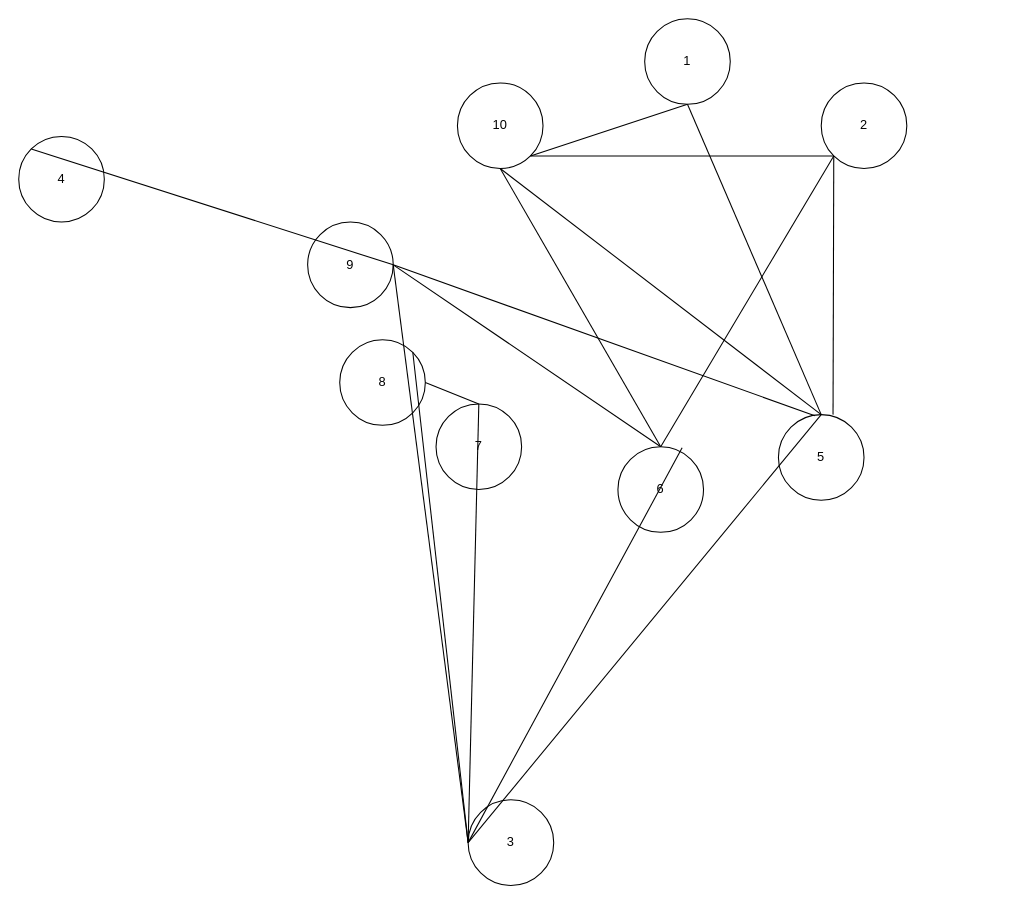
The draw.io diagram find clique.drawio in ShiyunKong/draw.io-storage, before the edit. Source tidied: cells renumbered, new cells numbered last; positions are measured from the earlier drawing's top-left corner, leaving out a move shared by most shapes. Both pictures are drawn from the tidied source at 107%, with x=0, y=0 at pixel (18, 18).
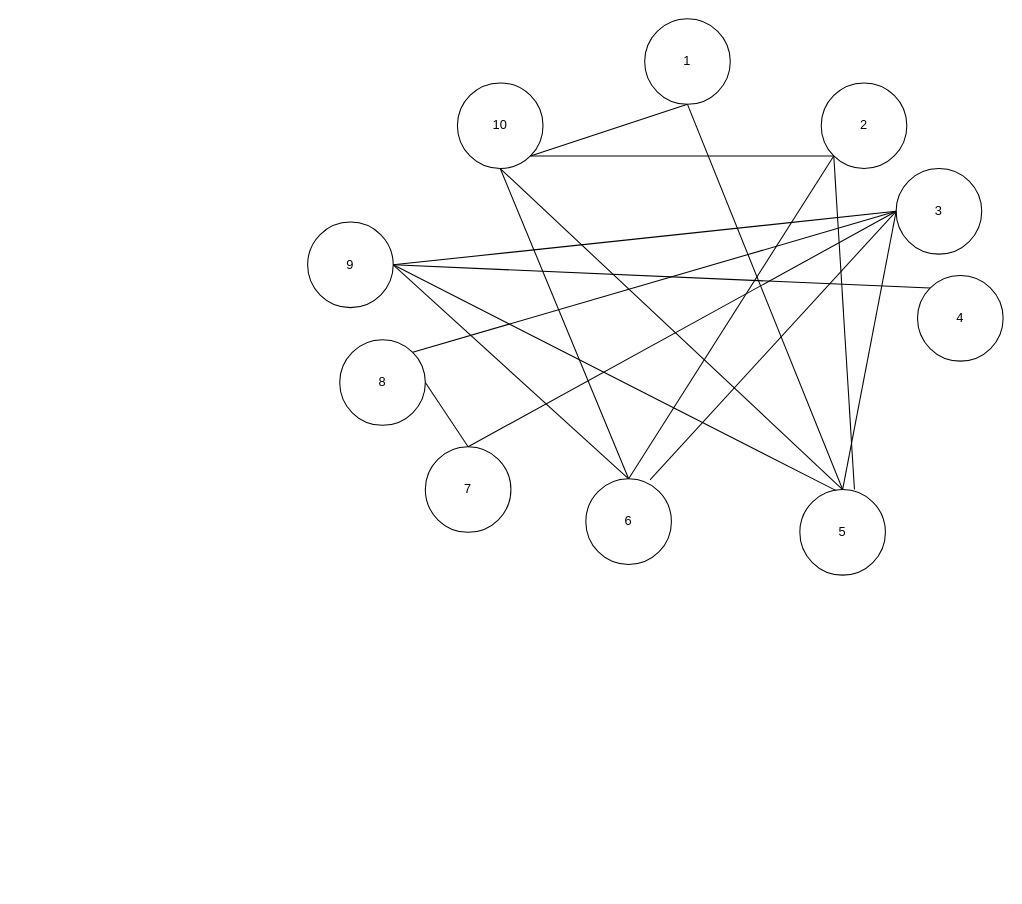
After the change.

Commit message:
Update find clique clouring cliques.drawio

The change refers to these unchanged cells:
```xml
<mxCell id="2" value="1" style="ellipse;whiteSpace=wrap;html=1;" parent="1" vertex="1">
  <mxGeometry x="585" width="80" height="80" as="geometry" />
</mxCell>
<mxCell id="5" value="9" style="ellipse;whiteSpace=wrap;html=1;" parent="1" vertex="1">
  <mxGeometry x="270" y="190" width="80" height="80" as="geometry" />
</mxCell>
<mxCell id="11" value="8" style="ellipse;whiteSpace=wrap;html=1;" parent="1" vertex="1">
  <mxGeometry x="300" y="300" width="80" height="80" as="geometry" />
</mxCell>
```

Diff of the diagram source:
```diff
@@
-    <mxCell id="3" value="10" style="ellipse;whiteSpace=wrap;html=1;" parent="1" vertex="1">
+    <mxCell id="3" value="10" style="ellipse;whiteSpace=wrap;html=1;strokeColor=light-dark(#000000,#FFFFFF);" parent="1" vertex="1">
       <mxGeometry x="410" y="60" width="80" height="80" as="geometry" />
     </mxCell>
-    <mxCell id="4" value="2" style="ellipse;whiteSpace=wrap;html=1;" parent="1" vertex="1">
+    <mxCell id="4" value="2" style="ellipse;whiteSpace=wrap;html=1;strokeColor=light-dark(#000000,#FFFFFF);" parent="1" vertex="1">
       <mxGeometry x="750" y="60" width="80" height="80" as="geometry" />
     </mxCell>
@@
-    <mxCell id="6" value="3" style="ellipse;whiteSpace=wrap;html=1;" parent="1" vertex="1">
-      <mxGeometry x="420" y="730" width="80" height="80" as="geometry" />
+    <mxCell id="6" value="3" style="ellipse;whiteSpace=wrap;html=1;strokeColor=light-dark(#000000,#FFFFFF);" parent="1" vertex="1">
+      <mxGeometry x="820" y="140" width="80" height="80" as="geometry" />
     </mxCell>
-    <mxCell id="7" value="7" style="ellipse;whiteSpace=wrap;html=1;" parent="1" vertex="1">
-      <mxGeometry x="390" y="360" width="80" height="80" as="geometry" />
+    <mxCell id="7" value="7" style="ellipse;whiteSpace=wrap;html=1;strokeColor=light-dark(#000000,#FFFFFF);" parent="1" vertex="1">
+      <mxGeometry x="380" y="400" width="80" height="80" as="geometry" />
     </mxCell>
-    <mxCell id="8" value="6" style="ellipse;whiteSpace=wrap;html=1;" parent="1" vertex="1">
-      <mxGeometry x="560" y="400" width="80" height="80" as="geometry" />
+    <mxCell id="8" value="6" style="ellipse;whiteSpace=wrap;html=1;strokeColor=light-dark(#000000,#FFFFFF);" parent="1" vertex="1">
+      <mxGeometry x="530" y="430" width="80" height="80" as="geometry" />
     </mxCell>
-    <mxCell id="9" value="5" style="ellipse;whiteSpace=wrap;html=1;" parent="1" vertex="1">
-      <mxGeometry x="710" y="370" width="80" height="80" as="geometry" />
+    <mxCell id="9" value="5" style="ellipse;whiteSpace=wrap;html=1;strokeColor=light-dark(#000000,#FFFFFF);" parent="1" vertex="1">
+      <mxGeometry x="730" y="440" width="80" height="80" as="geometry" />
     </mxCell>
-    <mxCell id="10" value="4" style="ellipse;whiteSpace=wrap;html=1;" parent="1" vertex="1">
-      <mxGeometry y="110" width="80" height="80" as="geometry" />
+    <mxCell id="10" value="4" style="ellipse;whiteSpace=wrap;html=1;strokeColor=light-dark(#000000,#FFFFFF);" parent="1" vertex="1">
+      <mxGeometry x="840" y="240" width="80" height="80" as="geometry" />
     </mxCell>
@@
-    <mxCell id="12" style="endArrow=none;html=1;rounded=0;exitX=0.5;exitY=0;exitDx=0;exitDy=0;entryX=0.5;entryY=1;entryDx=0;entryDy=0;" parent="1" edge="1" source="9" target="2">
+    <mxCell id="12" style="endArrow=none;html=1;rounded=0;exitX=0.5;exitY=0;exitDx=0;exitDy=0;entryX=0.5;entryY=1;entryDx=0;entryDy=0;strokeColor=light-dark(#000000,#FF8000);" parent="1" edge="1" source="9" target="2">
       <mxGeometry relative="1" as="geometry" />
     </mxCell>
-    <mxCell id="13" style="endArrow=none;html=1;rounded=0;entryX=0.5;entryY=1;entryDx=0;entryDy=0;exitX=1;exitY=1;exitDx=0;exitDy=0;" parent="1" edge="1" source="3" target="2">
+    <mxCell id="13" style="endArrow=none;html=1;rounded=0;entryX=0.5;entryY=1;entryDx=0;entryDy=0;exitX=1;exitY=1;exitDx=0;exitDy=0;strokeColor=light-dark(#000000,#FF8000);" parent="1" edge="1" source="3" target="2">
       <mxGeometry relative="1" as="geometry" />
     </mxCell>
-    <mxCell id="14" style="endArrow=none;html=1;rounded=0;entryX=0;entryY=1;entryDx=0;entryDy=0;exitX=0.638;exitY=0;exitDx=0;exitDy=0;exitPerimeter=0;fontColor=light-dark(default, #1a5fb4);labelBackgroundColor=light-dark(#FFFFFF,#0000FF);strokeColor=light-dark(#000000,#FF0000);" parent="1" edge="1" source="9" target="4">
+    <mxCell id="14" style="endArrow=none;html=1;rounded=0;entryX=0;entryY=1;entryDx=0;entryDy=0;exitX=0.638;exitY=0;exitDx=0;exitDy=0;exitPerimeter=0;fontColor=light-dark(default, #1a5fb4);labelBackgroundColor=light-dark(#FFFFFF,#0000FF);strokeColor=light-dark(#000000,#0000CC);" parent="1" edge="1" source="9" target="4">
       <mxGeometry relative="1" as="geometry" />
     </mxCell>
@@
-    <mxCell id="17" style="endArrow=none;html=1;rounded=0;entryX=0;entryY=0.5;entryDx=0;entryDy=0;exitX=0.5;exitY=0;exitDx=0;exitDy=0;strokeColor=light-dark(#000000,#FF8000);" parent="1" edge="1" source="9" target="6">
+    <mxCell id="17" style="endArrow=none;html=1;rounded=0;entryX=0;entryY=0.5;entryDx=0;entryDy=0;exitX=0.5;exitY=0;exitDx=0;exitDy=0;strokeColor=light-dark(#000000,#FFFF00);" parent="1" edge="1" source="9" target="6">
       <mxGeometry relative="1" as="geometry" />
     </mxCell>
-    <mxCell id="18" style="endArrow=none;html=1;rounded=0;entryX=0;entryY=0.5;entryDx=0;entryDy=0;exitX=0.75;exitY=0.013;exitDx=0;exitDy=0;exitPerimeter=0;strokeColor=light-dark(#000000,#FF8000);" parent="1" edge="1" source="8" target="6">
+    <mxCell id="18" style="endArrow=none;html=1;rounded=0;entryX=0;entryY=0.5;entryDx=0;entryDy=0;exitX=0.75;exitY=0.013;exitDx=0;exitDy=0;exitPerimeter=0;strokeColor=light-dark(#000000,#00FF00);" parent="1" edge="1" source="8" target="6">
       <mxGeometry relative="1" as="geometry" />
     </mxCell>
-    <mxCell id="19" style="endArrow=none;html=1;rounded=0;entryX=0;entryY=0.5;entryDx=0;entryDy=0;exitX=0.5;exitY=0;exitDx=0;exitDy=0;strokeColor=light-dark(#000000,#FF8000);" parent="1" edge="1" source="7" target="6">
+    <mxCell id="19" style="endArrow=none;html=1;rounded=0;entryX=0;entryY=0.5;entryDx=0;entryDy=0;exitX=0.5;exitY=0;exitDx=0;exitDy=0;strokeColor=light-dark(#000000,#00FFFF);" parent="1" edge="1" source="7" target="6">
       <mxGeometry relative="1" as="geometry" />
     </mxCell>
-    <mxCell id="20" style="endArrow=none;html=1;rounded=0;entryX=0;entryY=0.5;entryDx=0;entryDy=0;exitX=1;exitY=0;exitDx=0;exitDy=0;strokeColor=light-dark(#000000,#FF8000);" parent="1" edge="1" source="11" target="6">
+    <mxCell id="20" style="endArrow=none;html=1;rounded=0;entryX=0;entryY=0.5;entryDx=0;entryDy=0;exitX=1;exitY=0;exitDx=0;exitDy=0;strokeColor=light-dark(#000000,#00FFFF);" parent="1" edge="1" source="11" target="6">
       <mxGeometry relative="1" as="geometry" />
     </mxCell>
-    <mxCell id="21" style="endArrow=none;html=1;rounded=0;entryX=0;entryY=0.5;entryDx=0;entryDy=0;exitX=1;exitY=0.5;exitDx=0;exitDy=0;strokeColor=light-dark(#000000,#FF8000);" parent="1" edge="1" source="5" target="6">
+    <mxCell id="21" style="endArrow=none;html=1;rounded=0;entryX=0;entryY=0.5;entryDx=0;entryDy=0;exitX=1;exitY=0.5;exitDx=0;exitDy=0;strokeColor=light-dark(#000000,#FFFF00);" parent="1" edge="1" source="5" target="6">
       <mxGeometry relative="1" as="geometry" />
     </mxCell>
-    <mxCell id="22" style="endArrow=none;html=1;rounded=0;entryX=0;entryY=0;entryDx=0;entryDy=0;exitX=1;exitY=0.5;exitDx=0;exitDy=0;strokeColor=light-dark(#000000,#FFFF00);" parent="1" edge="1" source="5" target="10">
+    <mxCell id="22" style="endArrow=none;html=1;rounded=0;entryX=0;entryY=0;entryDx=0;entryDy=0;exitX=1;exitY=0.5;exitDx=0;exitDy=0;strokeColor=light-dark(#000000,#FFFFFF);" parent="1" edge="1" source="5" target="10">
       <mxGeometry relative="1" as="geometry" />
     </mxCell>
-    <mxCell id="23" style="endArrow=none;html=1;rounded=0;entryX=0.425;entryY=0.013;entryDx=0;entryDy=0;entryPerimeter=0;exitX=1;exitY=0.5;exitDx=0;exitDy=0;strokeColor=light-dark(#000000,#00FF00);" parent="1" edge="1" source="5" target="9">
+    <mxCell id="23" style="endArrow=none;html=1;rounded=0;entryX=0.425;entryY=0.013;entryDx=0;entryDy=0;entryPerimeter=0;exitX=1;exitY=0.5;exitDx=0;exitDy=0;strokeColor=light-dark(#000000,#FFFF00);" parent="1" edge="1" source="5" target="9">
       <mxGeometry relative="1" as="geometry" />
     </mxCell>
-    <mxCell id="24" style="endArrow=none;html=1;rounded=0;entryX=0.5;entryY=0;entryDx=0;entryDy=0;exitX=0.5;exitY=1;exitDx=0;exitDy=0;strokeColor=light-dark(#000000,#00FF00);" parent="1" edge="1" source="3" target="9">
+    <mxCell id="24" style="endArrow=none;html=1;rounded=0;entryX=0.5;entryY=0;entryDx=0;entryDy=0;exitX=0.5;exitY=1;exitDx=0;exitDy=0;strokeColor=light-dark(#000000,#FF8000);" parent="1" edge="1" source="3" target="9">
       <mxGeometry relative="1" as="geometry" />
     </mxCell>
-    <mxCell id="25" style="endArrow=none;html=1;rounded=0;entryX=0.5;entryY=0;entryDx=0;entryDy=0;exitX=1;exitY=0.5;exitDx=0;exitDy=0;strokeColor=light-dark(#000000,#00FFFF);" parent="1" edge="1" source="5" target="8">
+    <mxCell id="25" style="endArrow=none;html=1;rounded=0;entryX=0.5;entryY=0;entryDx=0;entryDy=0;exitX=1;exitY=0.5;exitDx=0;exitDy=0;strokeColor=light-dark(#000000,#00FF00);" parent="1" edge="1" source="5" target="8">
       <mxGeometry relative="1" as="geometry" />
     </mxCell>
-    <mxCell id="26" style="endArrow=none;html=1;rounded=0;entryX=0.5;entryY=0;entryDx=0;entryDy=0;exitX=0.5;exitY=1;exitDx=0;exitDy=0;strokeColor=light-dark(#000000,#00FFFF);" parent="1" edge="1" source="3" target="8">
+    <mxCell id="26" style="endArrow=none;html=1;rounded=0;entryX=0.5;entryY=0;entryDx=0;entryDy=0;exitX=0.5;exitY=1;exitDx=0;exitDy=0;strokeColor=light-dark(#000000,#FF0000);" parent="1" edge="1" source="3" target="8">
       <mxGeometry relative="1" as="geometry" />
     </mxCell>
-    <mxCell id="27" style="endArrow=none;html=1;rounded=0;entryX=1;entryY=0.5;entryDx=0;entryDy=0;exitX=0.5;exitY=0;exitDx=0;exitDy=0;strokeColor=light-dark(#000000,#0000FF);" parent="1" edge="1" source="7" target="11">
+    <mxCell id="27" style="endArrow=none;html=1;rounded=0;entryX=1;entryY=0.5;entryDx=0;entryDy=0;exitX=0.5;exitY=0;exitDx=0;exitDy=0;strokeColor=light-dark(#000000,#00FFFF);" parent="1" edge="1" source="7" target="11">
       <mxGeometry relative="1" as="geometry" />
     </mxCell>
```
